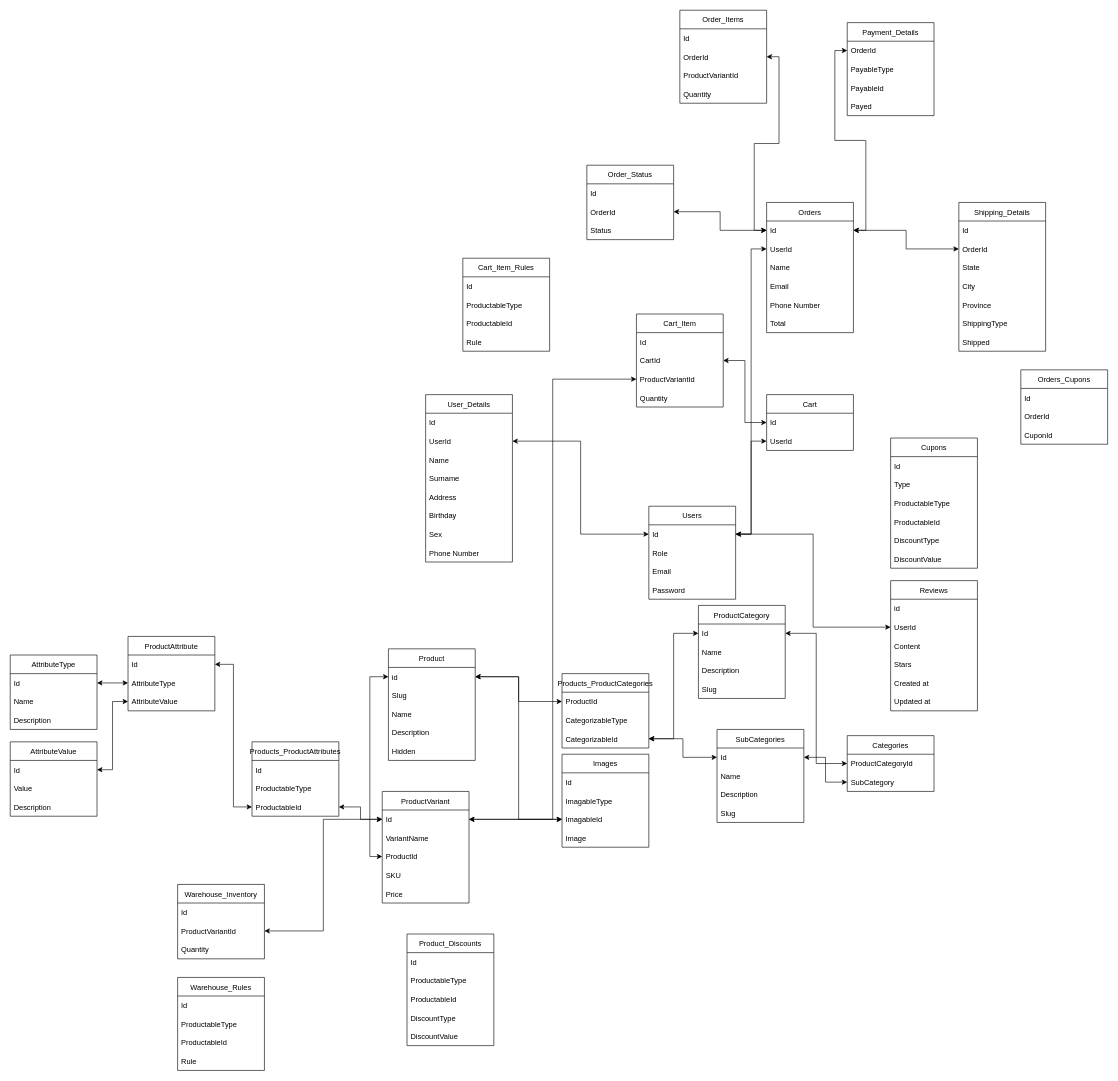
This is schema.drawio from MilosM33/soc, a draw.io file, before an edit. Source tidied: cells renumbered, new cells numbered last; positions are measured from the earlier drawing's top-left corner, leaving out a move shared by most shapes. Both pictures are drawn from the tidied source at 62%, with x=0, y=0 at pixel (10, 10).
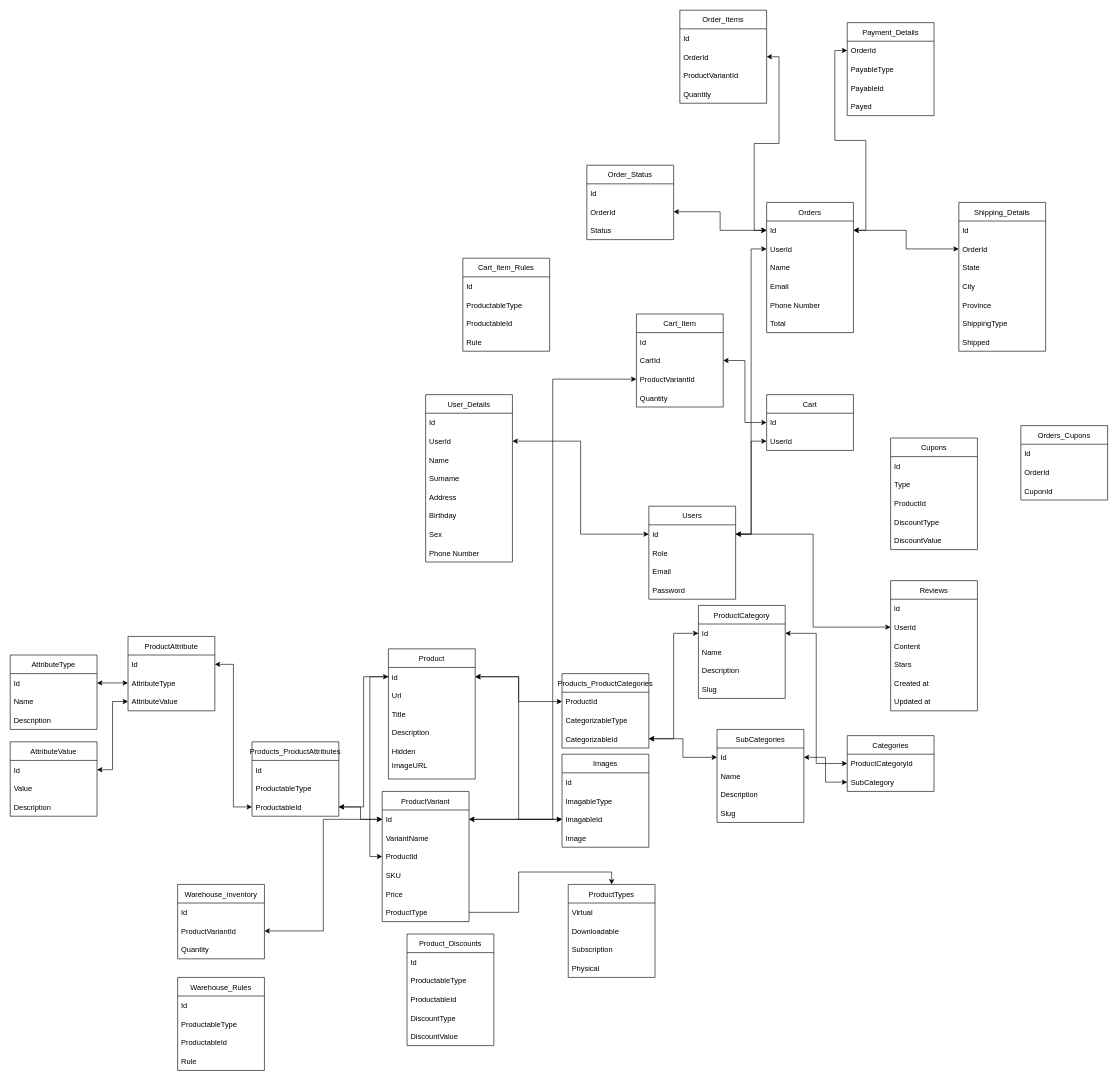
Above is the later version.

The change refers to these unchanged cells:
```xml
<mxCell id="3" value="id" style="text;strokeColor=none;fillColor=none;align=left;verticalAlign=middle;spacingLeft=4;spacingRight=4;overflow=hidden;points=[[0,0.5],[1,0.5]];portConstraint=eastwest;" parent="2" vertex="1">
  <mxGeometry y="30" width="140" height="30" as="geometry" />
</mxCell>
<mxCell id="63" value="ProductableId" style="text;strokeColor=none;fillColor=none;align=left;verticalAlign=middle;spacingLeft=4;spacingRight=4;overflow=hidden;points=[[0,0.5],[1,0.5]];portConstraint=eastwest;" parent="60" vertex="1">
  <mxGeometry y="90" width="140" height="30" as="geometry" />
</mxCell>
```

What changed in the source:
```diff
@@
     <mxCell id="2" value="Product" style="swimlane;fontStyle=0;horizontal=1;startSize=30;" parent="1" vertex="1">
-      <mxGeometry x="610" y="1030" width="140" height="180" as="geometry" />
+      <mxGeometry x="610" y="1030" width="140" height="210" as="geometry" />
     </mxCell>
@@
-    <mxCell id="4" value="Slug" style="text;strokeColor=none;fillColor=none;align=left;verticalAlign=middle;spacingLeft=4;spacingRight=4;overflow=hidden;" parent="2" vertex="1">
+    <mxCell id="4" value="Url" style="text;strokeColor=none;fillColor=none;align=left;verticalAlign=middle;spacingLeft=4;spacingRight=4;overflow=hidden;" parent="2" vertex="1">
       <mxGeometry y="60" width="140" height="30" as="geometry" />
     </mxCell>
-    <mxCell id="5" value="Name" style="text;strokeColor=none;fillColor=none;align=left;verticalAlign=middle;spacingLeft=4;spacingRight=4;overflow=hidden;" parent="2" vertex="1">
+    <mxCell id="5" value="Title" style="text;strokeColor=none;fillColor=none;align=left;verticalAlign=middle;spacingLeft=4;spacingRight=4;overflow=hidden;" parent="2" vertex="1">
       <mxGeometry y="90" width="140" height="30" as="geometry" />
     </mxCell>
@@
+    <mxCell id="164" value="ImageURL&#10;" style="text;strokeColor=none;fillColor=none;align=left;verticalAlign=middle;spacingLeft=4;spacingRight=4;overflow=hidden;" parent="2" vertex="1">
+      <mxGeometry y="180" width="140" height="30" as="geometry" />
+    </mxCell>
     <mxCell id="8" value="ProductVariant" style="swimlane;fontStyle=0;horizontal=1;startSize=30;" parent="1" vertex="1">
-      <mxGeometry x="600" y="1260" width="140" height="180" as="geometry" />
+      <mxGeometry x="600" y="1260" width="140" height="210" as="geometry" />
     </mxCell>
@@
+    <mxCell id="165" value="Price" style="text;strokeColor=none;fillColor=none;align=left;verticalAlign=middle;spacingLeft=4;spacingRight=4;overflow=hidden;" parent="8" vertex="1">
+      <mxGeometry y="150" width="140" height="30" as="geometry" />
+    </mxCell>
-    <mxCell id="13" value="Price" style="text;strokeColor=none;fillColor=none;align=left;verticalAlign=middle;spacingLeft=4;spacingRight=4;overflow=hidden;points=[[0,0.5],[1,0.5]];portConstraint=eastwest;" parent="8" vertex="1">
-      <mxGeometry y="150" width="140" height="30" as="geometry" />
+    <mxCell id="13" value="ProductType" style="text;strokeColor=none;fillColor=none;align=left;verticalAlign=middle;spacingLeft=4;spacingRight=4;overflow=hidden;points=[[0,0.5],[1,0.5]];portConstraint=eastwest;" parent="8" vertex="1">
+      <mxGeometry y="180" width="140" height="30" as="geometry" />
     </mxCell>
@@
     <mxCell id="142" value="Cupons" style="swimlane;fontStyle=0;horizontal=1;startSize=30;" parent="1" vertex="1">
-      <mxGeometry x="1420" y="690" width="140" height="210" as="geometry" />
+      <mxGeometry x="1420" y="690" width="140" height="180" as="geometry" />
     </mxCell>
@@
-    <mxCell id="145" value="ProductableType" style="text;strokeColor=none;fillColor=none;align=left;verticalAlign=middle;spacingLeft=4;spacingRight=4;overflow=hidden;" parent="142" vertex="1">
-      <mxGeometry y="90" width="140" height="30" as="geometry" />
-    </mxCell>
-    <mxCell id="146" value="ProductableId" style="text;strokeColor=none;fillColor=none;align=left;verticalAlign=middle;spacingLeft=4;spacingRight=4;overflow=hidden;" parent="142" vertex="1">
-      <mxGeometry y="120" width="140" height="30" as="geometry" />
+    <mxCell id="146" value="ProductId" style="text;strokeColor=none;fillColor=none;align=left;verticalAlign=middle;spacingLeft=4;spacingRight=4;overflow=hidden;" parent="142" vertex="1">
+      <mxGeometry y="90" width="140" height="30" as="geometry" />
     </mxCell>
     <mxCell id="147" value="DiscountType" style="text;strokeColor=none;fillColor=none;align=left;verticalAlign=middle;spacingLeft=4;spacingRight=4;overflow=hidden;" parent="142" vertex="1">
-      <mxGeometry y="150" width="140" height="30" as="geometry" />
+      <mxGeometry y="120" width="140" height="30" as="geometry" />
     </mxCell>
     <mxCell id="148" value="DiscountValue" style="text;strokeColor=none;fillColor=none;align=left;verticalAlign=middle;spacingLeft=4;spacingRight=4;overflow=hidden;" parent="142" vertex="1">
-      <mxGeometry y="180" width="140" height="30" as="geometry" />
+      <mxGeometry y="150" width="140" height="30" as="geometry" />
     </mxCell>
     <mxCell id="149" value="Orders_Cupons" style="swimlane;fontStyle=0;horizontal=1;startSize=30;" parent="1" vertex="1">
-      <mxGeometry x="1630" y="580" width="140" height="120" as="geometry" />
+      <mxGeometry x="1630" y="670" width="140" height="120" as="geometry" />
     </mxCell>
@@
+    <mxCell id="166" style="edgeStyle=orthogonalEdgeStyle;rounded=0;jettySize=auto;html=1;" parent="1" edge="1" source="3" target="63">
+      <mxGeometry relative="1" as="geometry" />
+    </mxCell>
+    <mxCell id="167" value="ProductTypes" style="swimlane;fontStyle=0;horizontal=1;startSize=30;" parent="1" vertex="1">
+      <mxGeometry x="900" y="1410" width="140" height="150" as="geometry" />
+    </mxCell>
+    <mxCell id="168" value="Virtual" style="text;strokeColor=none;fillColor=none;align=left;verticalAlign=middle;spacingLeft=4;spacingRight=4;overflow=hidden;" parent="167" vertex="1">
+      <mxGeometry y="30" width="140" height="30" as="geometry" />
+    </mxCell>
+    <mxCell id="169" value="Downloadable" style="text;strokeColor=none;fillColor=none;align=left;verticalAlign=middle;spacingLeft=4;spacingRight=4;overflow=hidden;" parent="167" vertex="1">
+      <mxGeometry y="60" width="140" height="30" as="geometry" />
+    </mxCell>
+    <mxCell id="170" value="Subscription" style="text;strokeColor=none;fillColor=none;align=left;verticalAlign=middle;spacingLeft=4;spacingRight=4;overflow=hidden;" parent="167" vertex="1">
+      <mxGeometry y="90" width="140" height="30" as="geometry" />
+    </mxCell>
+    <mxCell id="171" value="Physical" style="text;strokeColor=none;fillColor=none;align=left;verticalAlign=middle;spacingLeft=4;spacingRight=4;overflow=hidden;" parent="167" vertex="1">
+      <mxGeometry y="120" width="140" height="30" as="geometry" />
+    </mxCell>
+    <mxCell id="172" style="edgeStyle=orthogonalEdgeStyle;rounded=0;jettySize=auto;html=1;entryX=0.5;entryY=0;entryDx=0;entryDy=0;" parent="1" edge="1" source="13" target="167">
+      <mxGeometry relative="1" as="geometry" />
+    </mxCell>
```
